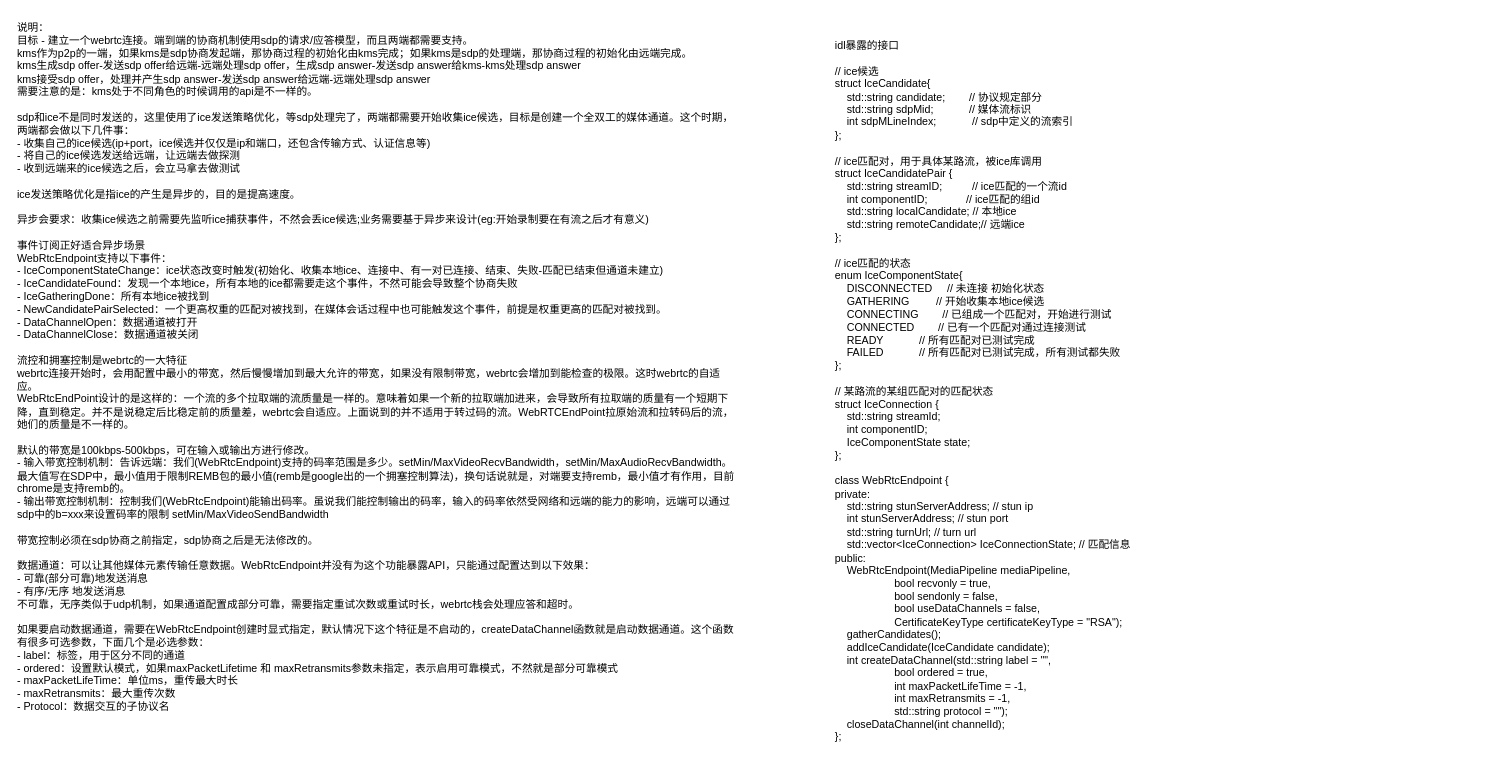
Earlier version of the draw.io diagram page "WebRtcEndpoint" (2 of 2) of kms源码分析/kms分析文字版本.drawio (63isOK/conference_graph). Source tidied: cells renumbered, new cells numbered last; positions are measured from the earlier drawing's top-left corner, leaving out a move shared by most shapes. Both pictures are drawn from the tidied source at 89%, with x=0, y=0 at pixel (15, 15).
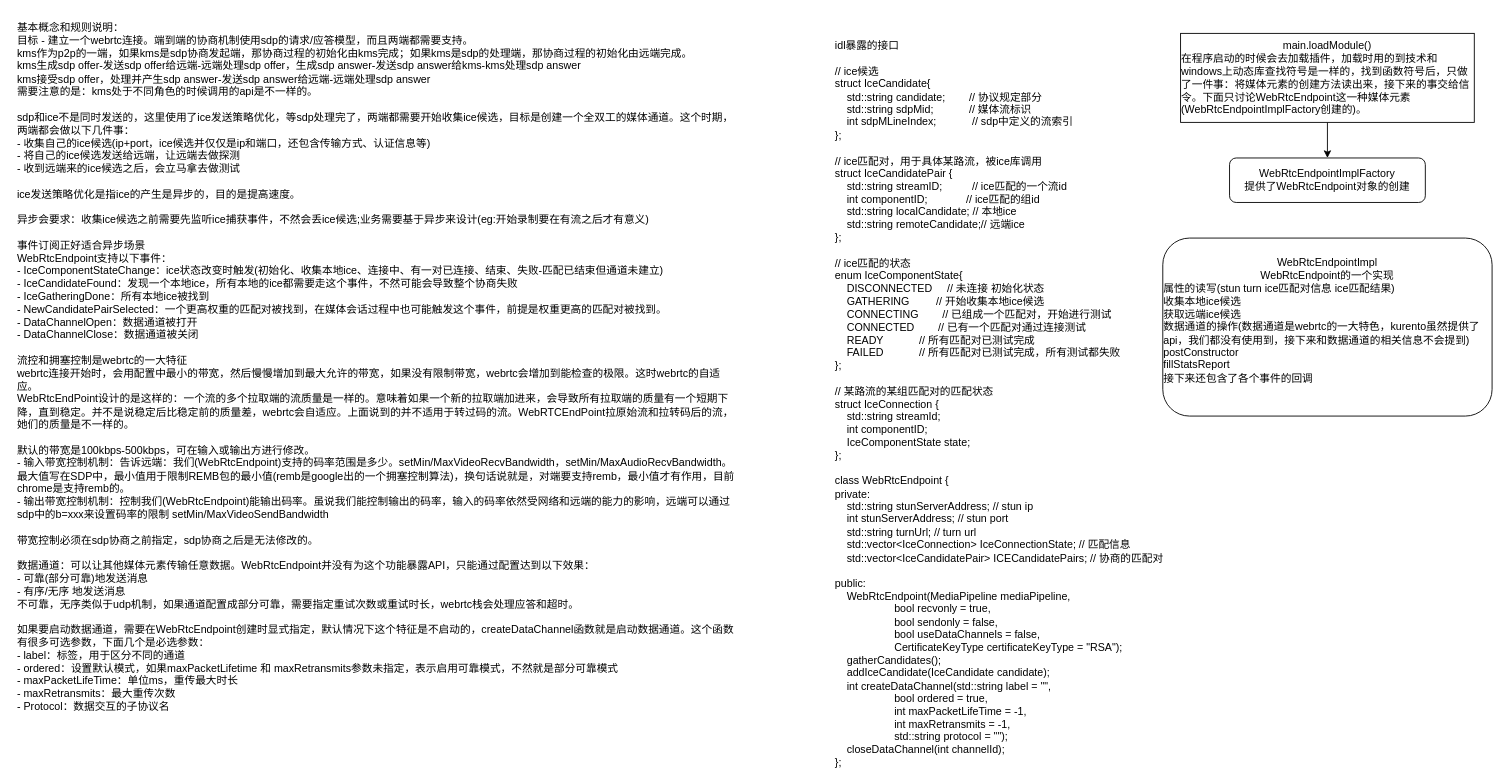
The same page after the edit.

Commit message:
更新kms分析文字版本.drawio

Diff of the diagram source:
```diff
@@
 <mxGraphModel>
   <root>
     <mxCell id="0" />
     <mxCell id="1" parent="0" />
-    <mxCell id="2" value="说明：&lt;br&gt;目标 - 建立一个webrtc连接。端到端的协商机制使用sdp的请求/应答模型，而且两端都需要支持。&lt;br&gt;kms作为p2p的一端，如果kms是sdp协商发起端，那协商过程的初始化由kms完成；如果kms是sdp的处理端，那协商过程的初始化由远端完成。&lt;br&gt;kms生成sdp offer-发送sdp offer给远端-远端处理sdp offer，生成sdp answer-发送sdp answer给kms-kms处理sdp answer&lt;br&gt;kms接受sdp offer，处理并产生sdp answer-发送sdp answer给远端-远端处理sdp answer&lt;br&gt;需要注意的是：kms处于不同角色的时候调用的api是不一样的。&lt;br&gt;&lt;br&gt;sdp和ice不是同时发送的，这里使用了ice发送策略优化，等sdp处理完了，两端都需要开始收集ice候选，目标是创建一个全双工的媒体通道。这个时期，两端都会做以下几件事：&lt;br&gt;- 收集自己的ice候选(ip+port，ice候选并仅仅是ip和端口，还包含传输方式、认证信息等)&lt;br&gt;- 将自己的ice候选发送给远端，让远端去做探测&lt;br&gt;- 收到远端来的ice候选之后，会立马拿去做测试&lt;br&gt;&lt;br&gt;ice发送策略优化是指ice的产生是异步的，目的是提高速度。&lt;br&gt;&lt;br&gt;异步会要求：收集ice候选之前需要先监听ice捕获事件，不然会丢ice候选;业务需要基于异步来设计(eg:开始录制要在有流之后才有意义)&lt;br&gt;&lt;br&gt;事件订阅正好适合异步场景&lt;br&gt;WebRtcEndpoint支持以下事件：&lt;br&gt;-&amp;nbsp;&lt;span&gt;IceComponentStateChange：ice状态改变时触发(初始化、收集本地ice、连接中、有一对已连接、结束、失败-匹配已结束但通道未建立)&lt;br&gt;&lt;/span&gt;-&amp;nbsp;&lt;span&gt;IceCandidateFound：发现一个本地ice，所有本地的ice都需要走这个事件，不然可能会导致整个协商失败&lt;br&gt;&lt;/span&gt;-&amp;nbsp;&lt;span&gt;IceGatheringDone：所有本地ice被找到&lt;br&gt;&lt;/span&gt;-&amp;nbsp;&lt;span&gt;NewCandidatePairSelected：一个更高权重的匹配对被找到，在媒体会话过程中也可能触发这个事件，前提是权重更高的匹配对被找到。&lt;br&gt;&lt;/span&gt;- D&lt;span&gt;ataChannelOpen：数据通道被打开&lt;br&gt;&lt;/span&gt;- D&lt;span&gt;ataChannelClose：数据通道被关闭&lt;br&gt;&lt;/span&gt;&lt;br&gt;流控和拥塞控制是webrtc的一大特征&lt;br&gt;webrtc连接开始时，会用配置中最小的带宽，然后慢慢增加到最大允许的带宽，如果没有限制带宽，webrtc会增加到能检查的极限。这时webrtc的自适应。&lt;br&gt;WebRtcEndPoint设计的是这样的：一个流的多个拉取端的流质量是一样的。意味着如果一个新的拉取端加进来，会导致所有拉取端的质量有一个短期下降，直到稳定。并不是说稳定后比稳定前的质量差，webrtc会自适应。上面说到的并不适用于转过码的流。WebRTCEndPoint拉原始流和拉转码后的流，她们的质量是不一样的。&lt;br&gt;&lt;br&gt;默认的带宽是100kbps-500kbps，可在输入或输出方进行修改。&lt;br&gt;- 输入带宽控制机制：告诉远端：我们(WebRtcEndpoint)支持的码率范围是多少。&lt;span&gt;setMin/MaxVideoRecvBandwidth，&lt;/span&gt;&lt;span&gt;setMin/MaxAudioRecvBandwidth&lt;/span&gt;。最大值写在SDP中，最小值用于限制REMB包的最小值(remb是google出的一个拥塞控制算法)，换句话说就是，对端要支持remb，最小值才有作用，目前chrome是支持remb的。&lt;br&gt;- 输出带宽控制机制：控制我们(WebRtcEndpoint)能输出码率。虽说我们能控制输出的码率，输入的码率依然受网络和远端的能力的影响，远端可以通过sdp中的b=xxx来设置码率的限制&amp;nbsp;&lt;span&gt;setMin/MaxVideoSendBandwidth&lt;br&gt;&lt;/span&gt;&lt;br&gt;带宽控制必须在sdp协商之前指定，sdp协商之后是无法修改的。&lt;br&gt;&lt;br&gt;数据通道：可以让其他媒体元素传输任意数据。WebRtcEndpoint并没有为这个功能暴露API，只能通过配置达到以下效果：&lt;br&gt;- 可靠(部分可靠)地发送消息&lt;br&gt;- 有序/无序 地发送消息&lt;br&gt;不可靠，无序类似于udp机制，如果通道配置成部分可靠，需要指定重试次数或重试时长，webrtc栈会处理应答和超时。&lt;br&gt;&lt;br&gt;如果要启动数据通道，需要在WebRtcEndpoint创建时显式指定，默认情况下这个特征是不启动的，&lt;span&gt;createDataChannel函数就是启动数据通道。这个函数有很多可选参数，下面几个是必选参数：&lt;br&gt;&lt;/span&gt;- label：标签，用于区分不同的通道&lt;br&gt;- ordered：设置默认模式，如果&lt;span&gt;maxPacketLifetime 和 maxRetransmits参数未指定，表示启用可靠模式，不然就是部分可靠模式&lt;br&gt;&lt;/span&gt;-&amp;nbsp;&lt;span&gt;maxPacketLifeTime：单位ms，重传最大时长&lt;br&gt;&lt;/span&gt;-&amp;nbsp;&lt;span&gt;maxRetransmits：最大重传次数&lt;br&gt;&lt;/span&gt;-&amp;nbsp;&lt;span&gt;Protocol：数据交互的子协议名&lt;/span&gt;&lt;br&gt;" style="text;html=1;strokeColor=none;fillColor=none;align=left;verticalAlign=top;whiteSpace=wrap;rounded=0;" parent="1" vertex="1">
+    <mxCell id="2" value="基本概念和规则说明：&lt;br&gt;目标 - 建立一个webrtc连接。端到端的协商机制使用sdp的请求/应答模型，而且两端都需要支持。&lt;br&gt;kms作为p2p的一端，如果kms是sdp协商发起端，那协商过程的初始化由kms完成；如果kms是sdp的处理端，那协商过程的初始化由远端完成。&lt;br&gt;kms生成sdp offer-发送sdp offer给远端-远端处理sdp offer，生成sdp answer-发送sdp answer给kms-kms处理sdp answer&lt;br&gt;kms接受sdp offer，处理并产生sdp answer-发送sdp answer给远端-远端处理sdp answer&lt;br&gt;需要注意的是：kms处于不同角色的时候调用的api是不一样的。&lt;br&gt;&lt;br&gt;sdp和ice不是同时发送的，这里使用了ice发送策略优化，等sdp处理完了，两端都需要开始收集ice候选，目标是创建一个全双工的媒体通道。这个时期，两端都会做以下几件事：&lt;br&gt;- 收集自己的ice候选(ip+port，ice候选并仅仅是ip和端口，还包含传输方式、认证信息等)&lt;br&gt;- 将自己的ice候选发送给远端，让远端去做探测&lt;br&gt;- 收到远端来的ice候选之后，会立马拿去做测试&lt;br&gt;&lt;br&gt;ice发送策略优化是指ice的产生是异步的，目的是提高速度。&lt;br&gt;&lt;br&gt;异步会要求：收集ice候选之前需要先监听ice捕获事件，不然会丢ice候选;业务需要基于异步来设计(eg:开始录制要在有流之后才有意义)&lt;br&gt;&lt;br&gt;事件订阅正好适合异步场景&lt;br&gt;WebRtcEndpoint支持以下事件：&lt;br&gt;-&amp;nbsp;&lt;span&gt;IceComponentStateChange：ice状态改变时触发(初始化、收集本地ice、连接中、有一对已连接、结束、失败-匹配已结束但通道未建立)&lt;br&gt;&lt;/span&gt;-&amp;nbsp;&lt;span&gt;IceCandidateFound：发现一个本地ice，所有本地的ice都需要走这个事件，不然可能会导致整个协商失败&lt;br&gt;&lt;/span&gt;-&amp;nbsp;&lt;span&gt;IceGatheringDone：所有本地ice被找到&lt;br&gt;&lt;/span&gt;-&amp;nbsp;&lt;span&gt;NewCandidatePairSelected：一个更高权重的匹配对被找到，在媒体会话过程中也可能触发这个事件，前提是权重更高的匹配对被找到。&lt;br&gt;&lt;/span&gt;- D&lt;span&gt;ataChannelOpen：数据通道被打开&lt;br&gt;&lt;/span&gt;- D&lt;span&gt;ataChannelClose：数据通道被关闭&lt;br&gt;&lt;/span&gt;&lt;br&gt;流控和拥塞控制是webrtc的一大特征&lt;br&gt;webrtc连接开始时，会用配置中最小的带宽，然后慢慢增加到最大允许的带宽，如果没有限制带宽，webrtc会增加到能检查的极限。这时webrtc的自适应。&lt;br&gt;WebRtcEndPoint设计的是这样的：一个流的多个拉取端的流质量是一样的。意味着如果一个新的拉取端加进来，会导致所有拉取端的质量有一个短期下降，直到稳定。并不是说稳定后比稳定前的质量差，webrtc会自适应。上面说到的并不适用于转过码的流。WebRTCEndPoint拉原始流和拉转码后的流，她们的质量是不一样的。&lt;br&gt;&lt;br&gt;默认的带宽是100kbps-500kbps，可在输入或输出方进行修改。&lt;br&gt;- 输入带宽控制机制：告诉远端：我们(WebRtcEndpoint)支持的码率范围是多少。&lt;span&gt;setMin/MaxVideoRecvBandwidth，&lt;/span&gt;&lt;span&gt;setMin/MaxAudioRecvBandwidth&lt;/span&gt;。最大值写在SDP中，最小值用于限制REMB包的最小值(remb是google出的一个拥塞控制算法)，换句话说就是，对端要支持remb，最小值才有作用，目前chrome是支持remb的。&lt;br&gt;- 输出带宽控制机制：控制我们(WebRtcEndpoint)能输出码率。虽说我们能控制输出的码率，输入的码率依然受网络和远端的能力的影响，远端可以通过sdp中的b=xxx来设置码率的限制&amp;nbsp;&lt;span&gt;setMin/MaxVideoSendBandwidth&lt;br&gt;&lt;/span&gt;&lt;br&gt;带宽控制必须在sdp协商之前指定，sdp协商之后是无法修改的。&lt;br&gt;&lt;br&gt;数据通道：可以让其他媒体元素传输任意数据。WebRtcEndpoint并没有为这个功能暴露API，只能通过配置达到以下效果：&lt;br&gt;- 可靠(部分可靠)地发送消息&lt;br&gt;- 有序/无序 地发送消息&lt;br&gt;不可靠，无序类似于udp机制，如果通道配置成部分可靠，需要指定重试次数或重试时长，webrtc栈会处理应答和超时。&lt;br&gt;&lt;br&gt;如果要启动数据通道，需要在WebRtcEndpoint创建时显式指定，默认情况下这个特征是不启动的，&lt;span&gt;createDataChannel函数就是启动数据通道。这个函数有很多可选参数，下面几个是必选参数：&lt;br&gt;&lt;/span&gt;- label：标签，用于区分不同的通道&lt;br&gt;- ordered：设置默认模式，如果&lt;span&gt;maxPacketLifetime 和 maxRetransmits参数未指定，表示启用可靠模式，不然就是部分可靠模式&lt;br&gt;&lt;/span&gt;-&amp;nbsp;&lt;span&gt;maxPacketLifeTime：单位ms，重传最大时长&lt;br&gt;&lt;/span&gt;-&amp;nbsp;&lt;span&gt;maxRetransmits：最大重传次数&lt;br&gt;&lt;/span&gt;-&amp;nbsp;&lt;span&gt;Protocol：数据交互的子协议名&lt;/span&gt;&lt;br&gt;" style="text;html=1;strokeColor=none;fillColor=none;align=left;verticalAlign=top;whiteSpace=wrap;rounded=0;" parent="1" vertex="1">
       <mxGeometry width="809" height="750" as="geometry" />
     </mxCell>
-    <mxCell id="3" value="&lt;div&gt;idl暴露的接口&lt;/div&gt;&lt;div&gt;&lt;br&gt;&lt;/div&gt;&lt;div&gt;// ice候选&lt;/div&gt;&lt;div&gt;struct IceCandidate{&lt;/div&gt;&lt;div&gt;&amp;nbsp; &amp;nbsp; std::string candidate;&amp;nbsp; &amp;nbsp; &amp;nbsp; &amp;nbsp; // 协议规定部分&lt;/div&gt;&lt;div&gt;&amp;nbsp; &amp;nbsp; std::string sdpMid;&amp;nbsp; &amp;nbsp; &amp;nbsp; &amp;nbsp; &amp;nbsp; &amp;nbsp; // 媒体流标识&lt;/div&gt;&lt;div&gt;&amp;nbsp; &amp;nbsp; int sdpMLineIndex;&amp;nbsp; &amp;nbsp; &amp;nbsp; &amp;nbsp; &amp;nbsp; &amp;nbsp; // sdp中定义的流索引&lt;/div&gt;&lt;div&gt;};&lt;/div&gt;&lt;div&gt;&lt;br&gt;&lt;/div&gt;&lt;div&gt;// ice匹配对，用于具体某路流，被ice库调用&lt;/div&gt;&lt;div&gt;struct IceCandidatePair {&lt;/div&gt;&lt;div&gt;&amp;nbsp; &amp;nbsp; std::string streamID;&amp;nbsp; &amp;nbsp; &amp;nbsp; &amp;nbsp; &amp;nbsp; // ice匹配的一个流id&lt;/div&gt;&lt;div&gt;&amp;nbsp; &amp;nbsp; int componentID;&amp;nbsp; &amp;nbsp; &amp;nbsp; &amp;nbsp; &amp;nbsp; &amp;nbsp; &amp;nbsp;// ice匹配的组id&lt;/div&gt;&lt;div&gt;&amp;nbsp; &amp;nbsp; std::string localCandidate; // 本地ice&lt;/div&gt;&lt;div&gt;&amp;nbsp; &amp;nbsp; std::string remoteCandidate;// 远端ice&lt;/div&gt;&lt;div&gt;};&lt;/div&gt;&lt;div&gt;&lt;br&gt;&lt;/div&gt;&lt;div&gt;// ice匹配的状态&lt;/div&gt;&lt;div&gt;enum IceComponentState{&lt;/div&gt;&lt;div&gt;&amp;nbsp; &amp;nbsp; DISCONNECTED&amp;nbsp; &amp;nbsp; &amp;nbsp;// 未连接 初始化状态&lt;/div&gt;&lt;div&gt;&amp;nbsp; &amp;nbsp; GATHERING&amp;nbsp; &amp;nbsp; &amp;nbsp; &amp;nbsp; &amp;nbsp;// 开始收集本地ice候选&lt;/div&gt;&lt;div&gt;&amp;nbsp; &amp;nbsp; CONNECTING&amp;nbsp; &amp;nbsp; &amp;nbsp; &amp;nbsp; // 已组成一个匹配对，开始进行测试&lt;/div&gt;&lt;div&gt;&amp;nbsp; &amp;nbsp; CONNECTED&amp;nbsp; &amp;nbsp; &amp;nbsp; &amp;nbsp; // 已有一个匹配对通过连接测试&lt;/div&gt;&lt;div&gt;&amp;nbsp; &amp;nbsp; READY&amp;nbsp; &amp;nbsp; &amp;nbsp; &amp;nbsp; &amp;nbsp; &amp;nbsp; // 所有匹配对已测试完成&lt;/div&gt;&lt;div&gt;&amp;nbsp; &amp;nbsp; FAILED&amp;nbsp; &amp;nbsp; &amp;nbsp; &amp;nbsp; &amp;nbsp; &amp;nbsp; // 所有匹配对已测试完成，所有测试都失败&lt;/div&gt;&lt;div&gt;};&lt;/div&gt;&lt;div&gt;&lt;br&gt;&lt;/div&gt;&lt;div&gt;// 某路流的某组匹配对的匹配状态&lt;/div&gt;&lt;div&gt;struct IceConnection {&lt;/div&gt;&lt;div&gt;&amp;nbsp; &amp;nbsp; std::string streamId;&lt;/div&gt;&lt;div&gt;&amp;nbsp; &amp;nbsp; int componentID;&lt;/div&gt;&lt;div&gt;&amp;nbsp; &amp;nbsp; IceComponentState state;&lt;/div&gt;&lt;div&gt;};&lt;/div&gt;&lt;div&gt;&lt;br&gt;&lt;/div&gt;&lt;div&gt;class WebRtcEndpoint {&lt;/div&gt;&lt;div&gt;private:&lt;/div&gt;&lt;div&gt;&amp;nbsp; &amp;nbsp; std::string stunServerAddress; // stun ip&lt;/div&gt;&lt;div&gt;&amp;nbsp; &amp;nbsp; int stunServerAddress; // stun port&lt;/div&gt;&lt;div&gt;&amp;nbsp; &amp;nbsp; std::string turnUrl; // turn url&lt;/div&gt;&lt;div&gt;&amp;nbsp; &amp;nbsp; std::vector&amp;lt;IceConnection&amp;gt; IceConnectionState; // 匹配信息&lt;/div&gt;&lt;div&gt;public:&lt;/div&gt;&lt;div&gt;&amp;nbsp; &amp;nbsp; WebRtcEndpoint(MediaPipeline mediaPipeline,&lt;/div&gt;&lt;div&gt;&amp;nbsp; &amp;nbsp; &amp;nbsp; &amp;nbsp; &amp;nbsp; &amp;nbsp; &amp;nbsp; &amp;nbsp; &amp;nbsp; &amp;nbsp; bool recvonly = true,&lt;/div&gt;&lt;div&gt;&amp;nbsp; &amp;nbsp; &amp;nbsp; &amp;nbsp; &amp;nbsp; &amp;nbsp; &amp;nbsp; &amp;nbsp; &amp;nbsp; &amp;nbsp; bool sendonly = false,&lt;/div&gt;&lt;div&gt;&amp;nbsp; &amp;nbsp; &amp;nbsp; &amp;nbsp; &amp;nbsp; &amp;nbsp; &amp;nbsp; &amp;nbsp; &amp;nbsp; &amp;nbsp; bool useDataChannels = false,&lt;/div&gt;&lt;div&gt;&amp;nbsp; &amp;nbsp; &amp;nbsp; &amp;nbsp; &amp;nbsp; &amp;nbsp; &amp;nbsp; &amp;nbsp; &amp;nbsp; &amp;nbsp; CertificateKeyType certificateKeyType = &quot;RSA&quot;);&lt;/div&gt;&lt;div&gt;&amp;nbsp; &amp;nbsp; gatherCandidates();&lt;/div&gt;&lt;div&gt;&amp;nbsp; &amp;nbsp; addIceCandidate(IceCandidate candidate);&lt;/div&gt;&lt;div&gt;&amp;nbsp; &amp;nbsp; int createDataChannel(std::string label = &quot;&quot;,&lt;/div&gt;&lt;div&gt;&amp;nbsp; &amp;nbsp; &amp;nbsp; &amp;nbsp; &amp;nbsp; &amp;nbsp; &amp;nbsp; &amp;nbsp; &amp;nbsp; &amp;nbsp; bool ordered = true,&lt;/div&gt;&lt;div&gt;&amp;nbsp; &amp;nbsp; &amp;nbsp; &amp;nbsp; &amp;nbsp; &amp;nbsp; &amp;nbsp; &amp;nbsp; &amp;nbsp; &amp;nbsp; int maxPacketLifeTime = -1,&lt;/div&gt;&lt;div&gt;&amp;nbsp; &amp;nbsp; &amp;nbsp; &amp;nbsp; &amp;nbsp; &amp;nbsp; &amp;nbsp; &amp;nbsp; &amp;nbsp; &amp;nbsp; int maxRetransmits = -1,&lt;/div&gt;&lt;div&gt;&amp;nbsp; &amp;nbsp; &amp;nbsp; &amp;nbsp; &amp;nbsp; &amp;nbsp; &amp;nbsp; &amp;nbsp; &amp;nbsp; &amp;nbsp; std::string protocol = &quot;&quot;);&lt;/div&gt;&lt;div&gt;&amp;nbsp; &amp;nbsp; closeDataChannel(int channelId);&lt;/div&gt;&lt;div&gt;};&lt;/div&gt;" style="text;html=1;strokeColor=none;fillColor=none;align=left;verticalAlign=top;whiteSpace=wrap;rounded=0;" parent="1" vertex="1">
-      <mxGeometry x="919" y="20" width="350" height="770" as="geometry" />
+    <mxCell id="3" value="&lt;div&gt;idl暴露的接口&lt;/div&gt;&lt;div&gt;&lt;br&gt;&lt;/div&gt;&lt;div&gt;// ice候选&lt;/div&gt;&lt;div&gt;struct IceCandidate{&lt;/div&gt;&lt;div&gt;&amp;nbsp; &amp;nbsp; std::string candidate;&amp;nbsp; &amp;nbsp; &amp;nbsp; &amp;nbsp; // 协议规定部分&lt;/div&gt;&lt;div&gt;&amp;nbsp; &amp;nbsp; std::string sdpMid;&amp;nbsp; &amp;nbsp; &amp;nbsp; &amp;nbsp; &amp;nbsp; &amp;nbsp; // 媒体流标识&lt;/div&gt;&lt;div&gt;&amp;nbsp; &amp;nbsp; int sdpMLineIndex;&amp;nbsp; &amp;nbsp; &amp;nbsp; &amp;nbsp; &amp;nbsp; &amp;nbsp; // sdp中定义的流索引&lt;/div&gt;&lt;div&gt;};&lt;/div&gt;&lt;div&gt;&lt;br&gt;&lt;/div&gt;&lt;div&gt;// ice匹配对，用于具体某路流，被ice库调用&lt;/div&gt;&lt;div&gt;struct IceCandidatePair {&lt;/div&gt;&lt;div&gt;&amp;nbsp; &amp;nbsp; std::string streamID;&amp;nbsp; &amp;nbsp; &amp;nbsp; &amp;nbsp; &amp;nbsp; // ice匹配的一个流id&lt;/div&gt;&lt;div&gt;&amp;nbsp; &amp;nbsp; int componentID;&amp;nbsp; &amp;nbsp; &amp;nbsp; &amp;nbsp; &amp;nbsp; &amp;nbsp; &amp;nbsp;// ice匹配的组id&lt;/div&gt;&lt;div&gt;&amp;nbsp; &amp;nbsp; std::string localCandidate; // 本地ice&lt;/div&gt;&lt;div&gt;&amp;nbsp; &amp;nbsp; std::string remoteCandidate;// 远端ice&lt;/div&gt;&lt;div&gt;};&lt;/div&gt;&lt;div&gt;&lt;br&gt;&lt;/div&gt;&lt;div&gt;// ice匹配的状态&lt;/div&gt;&lt;div&gt;enum IceComponentState{&lt;/div&gt;&lt;div&gt;&amp;nbsp; &amp;nbsp; DISCONNECTED&amp;nbsp; &amp;nbsp; &amp;nbsp;// 未连接 初始化状态&lt;/div&gt;&lt;div&gt;&amp;nbsp; &amp;nbsp; GATHERING&amp;nbsp; &amp;nbsp; &amp;nbsp; &amp;nbsp; &amp;nbsp;// 开始收集本地ice候选&lt;/div&gt;&lt;div&gt;&amp;nbsp; &amp;nbsp; CONNECTING&amp;nbsp; &amp;nbsp; &amp;nbsp; &amp;nbsp; // 已组成一个匹配对，开始进行测试&lt;/div&gt;&lt;div&gt;&amp;nbsp; &amp;nbsp; CONNECTED&amp;nbsp; &amp;nbsp; &amp;nbsp; &amp;nbsp; // 已有一个匹配对通过连接测试&lt;/div&gt;&lt;div&gt;&amp;nbsp; &amp;nbsp; READY&amp;nbsp; &amp;nbsp; &amp;nbsp; &amp;nbsp; &amp;nbsp; &amp;nbsp; // 所有匹配对已测试完成&lt;/div&gt;&lt;div&gt;&amp;nbsp; &amp;nbsp; FAILED&amp;nbsp; &amp;nbsp; &amp;nbsp; &amp;nbsp; &amp;nbsp; &amp;nbsp; // 所有匹配对已测试完成，所有测试都失败&lt;/div&gt;&lt;div&gt;};&lt;/div&gt;&lt;div&gt;&lt;br&gt;&lt;/div&gt;&lt;div&gt;// 某路流的某组匹配对的匹配状态&lt;/div&gt;&lt;div&gt;struct IceConnection {&lt;/div&gt;&lt;div&gt;&amp;nbsp; &amp;nbsp; std::string streamId;&lt;/div&gt;&lt;div&gt;&amp;nbsp; &amp;nbsp; int componentID;&lt;/div&gt;&lt;div&gt;&amp;nbsp; &amp;nbsp; IceComponentState state;&lt;/div&gt;&lt;div&gt;};&lt;/div&gt;&lt;div&gt;&lt;br&gt;&lt;/div&gt;&lt;div&gt;class WebRtcEndpoint {&lt;/div&gt;&lt;div&gt;private:&lt;/div&gt;&lt;div&gt;&amp;nbsp; &amp;nbsp; std::string stunServerAddress; // stun ip&lt;/div&gt;&lt;div&gt;&amp;nbsp; &amp;nbsp; int stunServerAddress; // stun port&lt;/div&gt;&lt;div&gt;&amp;nbsp; &amp;nbsp; std::string turnUrl; // turn url&lt;/div&gt;&lt;div&gt;&amp;nbsp; &amp;nbsp; std::vector&amp;lt;IceConnection&amp;gt; IceConnectionState; // 匹配信息&lt;/div&gt;&lt;div&gt;&amp;nbsp; &amp;nbsp; std::vector&amp;lt;IceCandidatePair&amp;gt; ICECandidatePairs; // 协商的匹配对&lt;/div&gt;&lt;span&gt;&lt;br&gt;&lt;/span&gt;&lt;div&gt;public:&lt;/div&gt;&lt;div&gt;&amp;nbsp; &amp;nbsp; WebRtcEndpoint(MediaPipeline mediaPipeline,&lt;/div&gt;&lt;div&gt;&amp;nbsp; &amp;nbsp; &amp;nbsp; &amp;nbsp; &amp;nbsp; &amp;nbsp; &amp;nbsp; &amp;nbsp; &amp;nbsp; &amp;nbsp; bool recvonly = true,&lt;/div&gt;&lt;div&gt;&amp;nbsp; &amp;nbsp; &amp;nbsp; &amp;nbsp; &amp;nbsp; &amp;nbsp; &amp;nbsp; &amp;nbsp; &amp;nbsp; &amp;nbsp; bool sendonly = false,&lt;/div&gt;&lt;div&gt;&amp;nbsp; &amp;nbsp; &amp;nbsp; &amp;nbsp; &amp;nbsp; &amp;nbsp; &amp;nbsp; &amp;nbsp; &amp;nbsp; &amp;nbsp; bool useDataChannels = false,&lt;/div&gt;&lt;div&gt;&amp;nbsp; &amp;nbsp; &amp;nbsp; &amp;nbsp; &amp;nbsp; &amp;nbsp; &amp;nbsp; &amp;nbsp; &amp;nbsp; &amp;nbsp; CertificateKeyType certificateKeyType = &quot;RSA&quot;);&lt;/div&gt;&lt;div&gt;&amp;nbsp; &amp;nbsp; gatherCandidates();&lt;/div&gt;&lt;div&gt;&amp;nbsp; &amp;nbsp; addIceCandidate(IceCandidate candidate);&lt;/div&gt;&lt;div&gt;&amp;nbsp; &amp;nbsp; int createDataChannel(std::string label = &quot;&quot;,&lt;/div&gt;&lt;div&gt;&amp;nbsp; &amp;nbsp; &amp;nbsp; &amp;nbsp; &amp;nbsp; &amp;nbsp; &amp;nbsp; &amp;nbsp; &amp;nbsp; &amp;nbsp; bool ordered = true,&lt;/div&gt;&lt;div&gt;&amp;nbsp; &amp;nbsp; &amp;nbsp; &amp;nbsp; &amp;nbsp; &amp;nbsp; &amp;nbsp; &amp;nbsp; &amp;nbsp; &amp;nbsp; int maxPacketLifeTime = -1,&lt;/div&gt;&lt;div&gt;&amp;nbsp; &amp;nbsp; &amp;nbsp; &amp;nbsp; &amp;nbsp; &amp;nbsp; &amp;nbsp; &amp;nbsp; &amp;nbsp; &amp;nbsp; int maxRetransmits = -1,&lt;/div&gt;&lt;div&gt;&amp;nbsp; &amp;nbsp; &amp;nbsp; &amp;nbsp; &amp;nbsp; &amp;nbsp; &amp;nbsp; &amp;nbsp; &amp;nbsp; &amp;nbsp; std::string protocol = &quot;&quot;);&lt;/div&gt;&lt;div&gt;&amp;nbsp; &amp;nbsp; closeDataChannel(int channelId);&lt;/div&gt;&lt;div&gt;};&lt;/div&gt;" style="text;html=1;strokeColor=none;fillColor=none;align=left;verticalAlign=top;whiteSpace=wrap;rounded=0;" parent="1" vertex="1">
+      <mxGeometry x="919" y="20" width="390" height="810" as="geometry" />
     </mxCell>
+    <mxCell id="4" style="edgeStyle=orthogonalEdgeStyle;rounded=0;jettySize=auto;html=1;" parent="1" edge="1" source="5" target="6">
+      <mxGeometry relative="1" as="geometry" />
+    </mxCell>
+    <mxCell id="5" value="main.loadModule()&lt;br&gt;&lt;div style=&quot;text-align: left&quot;&gt;&lt;span&gt;在程序启动的时候会去加载插件，加载时用的到技术和windows上动态库查找符号是一样的，找到函数符号后，只做了一件事：将媒体元素的创建方法读出来，接下来的事交给信令。下面只讨论WebRtcEndpoint这一种媒体元素(&lt;/span&gt;&lt;span&gt;WebRtcEndpointImplFactory创建的&lt;/span&gt;&lt;span&gt;)。&lt;/span&gt;&lt;/div&gt;" style="rounded=0;whiteSpace=wrap;html=1;" parent="1" vertex="1">
+      <mxGeometry x="1309" y="20" width="330" height="100" as="geometry" />
+    </mxCell>
+    <mxCell id="6" value="&lt;span&gt;WebRtcEndpointImplFactory&lt;br&gt;提供了WebRtcEndpoint对象的创建&lt;br&gt;&lt;/span&gt;" style="rounded=1;whiteSpace=wrap;html=1;align=center;" parent="1" vertex="1">
+      <mxGeometry x="1364" y="160" width="220" height="50" as="geometry" />
+    </mxCell>
+    <mxCell id="7" value="&lt;span&gt;WebRtcEndpointImpl&lt;br&gt;WebRtcEndpoint的一个实现&lt;br&gt;&lt;div style=&quot;text-align: left&quot;&gt;属性的读写(stun turn ice匹配对信息 ice匹配结果)&lt;/div&gt;&lt;div style=&quot;text-align: left&quot;&gt;收集本地ice候选&lt;/div&gt;&lt;div style=&quot;text-align: left&quot;&gt;获取远端ice候选&lt;/div&gt;&lt;div style=&quot;text-align: left&quot;&gt;数据通道的操作(数据通道是webrtc的一大特色，kurento虽然提供了api，我们都没有使用到，接下来和数据通道的相关信息不会提到)&lt;/div&gt;&lt;div style=&quot;text-align: left&quot;&gt;postConstructor&lt;br&gt;&lt;/div&gt;&lt;div style=&quot;text-align: left&quot;&gt;fillStatsReport&lt;br&gt;&lt;/div&gt;&lt;div style=&quot;text-align: left&quot;&gt;接下来还包含了各个事件的回调&lt;/div&gt;&lt;div style=&quot;text-align: left&quot;&gt;&lt;br&gt;&lt;/div&gt;&lt;/span&gt;" style="rounded=1;whiteSpace=wrap;html=1;align=center;" parent="1" vertex="1">
+      <mxGeometry x="1289" y="250" width="370" height="200" as="geometry" />
+    </mxCell>
   </root>
 </mxGraphModel>
```
